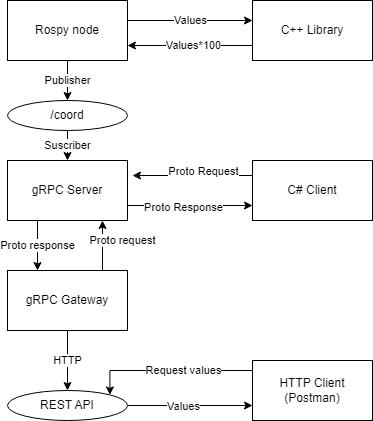
The draw.io diagram diagramas/DFD_Tarea_Interfases.drawio.png in Noemi1313/M4_t1, before a commit. Source tidied: cells renumbered, new cells last; positions are measured from the earlier drawing's top-left corner, leaving out a move shared by most shapes. The source it was exported from:
```xml
<mxGraphModel>
  <root>
    <mxCell id="0" />
    <mxCell id="1" parent="0" />
    <mxCell id="2" value="Proto response" style="edgeStyle=orthogonalEdgeStyle;rounded=0;jettySize=auto;html=1;exitX=0.25;exitY=1;exitDx=0;exitDy=0;entryX=0.25;entryY=0;entryDx=0;entryDy=0;" parent="1" edge="1" source="3" target="11">
      <mxGeometry relative="1" as="geometry" />
    </mxCell>
    <mxCell id="3" value="gRPC Server" style="rounded=0;whiteSpace=wrap;html=1;" parent="1" vertex="1">
      <mxGeometry y="160" width="120" height="60" as="geometry" />
    </mxCell>
    <mxCell id="4" style="edgeStyle=orthogonalEdgeStyle;rounded=0;jettySize=auto;html=1;exitX=0;exitY=0.25;exitDx=0;exitDy=0;" parent="1" edge="1" source="6">
      <mxGeometry relative="1" as="geometry">
        <mxPoint x="125" y="175" as="targetPoint" />
      </mxGeometry>
    </mxCell>
    <mxCell id="5" value="Proto Request" style="edgeLabel;html=1;align=center;verticalAlign=middle;" parent="4" vertex="1">
      <mxGeometry x="0.24" y="4" relative="1" as="geometry">
        <mxPoint x="25" y="-9" as="offset" />
      </mxGeometry>
    </mxCell>
    <mxCell id="6" value="C# Client" style="rounded=0;whiteSpace=wrap;html=1;" parent="1" vertex="1">
      <mxGeometry x="245" y="160" width="120" height="60" as="geometry" />
    </mxCell>
    <mxCell id="7" style="endArrow=classic;html=1;rounded=0;exitX=1;exitY=0.75;exitDx=0;exitDy=0;entryX=0;entryY=0.75;entryDx=0;entryDy=0;" parent="1" edge="1" source="3" target="6">
      <mxGeometry relative="1" as="geometry" />
    </mxCell>
    <mxCell id="8" value="Proto Response" style="edgeLabel;html=1;align=center;verticalAlign=middle;" parent="7" vertex="1">
      <mxGeometry x="-0.2" y="-1" relative="1" as="geometry">
        <mxPoint x="5" as="offset" />
      </mxGeometry>
    </mxCell>
    <mxCell id="9" value="HTTP" style="edgeStyle=orthogonalEdgeStyle;rounded=0;jettySize=auto;html=1;" parent="1" edge="1" source="11" target="25">
      <mxGeometry relative="1" as="geometry" />
    </mxCell>
    <mxCell id="10" value="Proto request" style="edgeStyle=orthogonalEdgeStyle;rounded=0;jettySize=auto;html=1;" parent="1" edge="1" source="11" target="3">
      <mxGeometry x="0.2" y="-20" relative="1" as="geometry">
        <Array as="points">
          <mxPoint x="95" y="240" />
          <mxPoint x="95" y="240" />
        </Array>
      </mxGeometry>
    </mxCell>
    <mxCell id="11" value="gRPC Gateway" style="rounded=0;whiteSpace=wrap;html=1;" parent="1" vertex="1">
      <mxGeometry y="270" width="120" height="60" as="geometry" />
    </mxCell>
    <mxCell id="12" value="Publisher" style="edgeStyle=orthogonalEdgeStyle;rounded=0;jettySize=auto;html=1;" parent="1" edge="1" source="14" target="19">
      <mxGeometry relative="1" as="geometry" />
    </mxCell>
    <mxCell id="13" value="Values" style="edgeStyle=orthogonalEdgeStyle;rounded=0;jettySize=auto;html=1;" parent="1" edge="1" source="14" target="17">
      <mxGeometry relative="1" as="geometry">
        <Array as="points">
          <mxPoint x="195" y="20" />
          <mxPoint x="195" y="20" />
        </Array>
      </mxGeometry>
    </mxCell>
    <mxCell id="14" value="Rospy node" style="rounded=0;whiteSpace=wrap;html=1;" parent="1" vertex="1">
      <mxGeometry width="120" height="60" as="geometry" />
    </mxCell>
    <mxCell id="15" style="edgeStyle=orthogonalEdgeStyle;rounded=0;jettySize=auto;html=1;exitX=0;exitY=0.75;exitDx=0;exitDy=0;entryX=1;entryY=0.75;entryDx=0;entryDy=0;" parent="1" edge="1" source="17" target="14">
      <mxGeometry relative="1" as="geometry">
        <Array as="points">
          <mxPoint x="155" y="45" />
          <mxPoint x="155" y="45" />
        </Array>
      </mxGeometry>
    </mxCell>
    <mxCell id="16" value="Values*100" style="edgeLabel;html=1;align=center;verticalAlign=middle;" parent="15" vertex="1">
      <mxGeometry x="-0.29" y="-1" relative="1" as="geometry">
        <mxPoint x="-15" as="offset" />
      </mxGeometry>
    </mxCell>
    <mxCell id="17" value="C++ Library" style="rounded=0;whiteSpace=wrap;html=1;" parent="1" vertex="1">
      <mxGeometry x="245" width="120" height="60" as="geometry" />
    </mxCell>
    <mxCell id="18" value="Suscriber" style="edgeStyle=orthogonalEdgeStyle;rounded=0;jettySize=auto;html=1;" parent="1" edge="1" source="19" target="3">
      <mxGeometry relative="1" as="geometry" />
    </mxCell>
    <mxCell id="19" value="/coord" style="ellipse;whiteSpace=wrap;html=1;" parent="1" vertex="1">
      <mxGeometry y="100" width="120" height="30" as="geometry" />
    </mxCell>
    <mxCell id="20" style="edgeStyle=orthogonalEdgeStyle;rounded=0;jettySize=auto;html=1;entryX=1;entryY=0;entryDx=0;entryDy=0;" parent="1" edge="1" source="22" target="25">
      <mxGeometry relative="1" as="geometry">
        <Array as="points">
          <mxPoint x="102" y="370" />
        </Array>
      </mxGeometry>
    </mxCell>
    <mxCell id="21" value="Request values" style="edgeLabel;html=1;align=center;verticalAlign=middle;" parent="20" vertex="1">
      <mxGeometry x="0.03" y="-1" relative="1" as="geometry">
        <mxPoint x="16" as="offset" />
      </mxGeometry>
    </mxCell>
    <mxCell id="22" value="HTTP Client (Postman)" style="rounded=0;whiteSpace=wrap;html=1;" parent="1" vertex="1">
      <mxGeometry x="245" y="360" width="120" height="60" as="geometry" />
    </mxCell>
    <mxCell id="23" style="edgeStyle=orthogonalEdgeStyle;rounded=0;jettySize=auto;html=1;entryX=0;entryY=0.75;entryDx=0;entryDy=0;" parent="1" edge="1" source="25" target="22">
      <mxGeometry relative="1" as="geometry" />
    </mxCell>
    <mxCell id="24" value="Values" style="edgeLabel;html=1;align=center;verticalAlign=middle;" parent="23" vertex="1">
      <mxGeometry x="0.28" y="1" relative="1" as="geometry">
        <mxPoint x="-25" y="1" as="offset" />
      </mxGeometry>
    </mxCell>
    <mxCell id="25" value="REST API" style="ellipse;whiteSpace=wrap;html=1;" parent="1" vertex="1">
      <mxGeometry y="390" width="120" height="30" as="geometry" />
    </mxCell>
  </root>
</mxGraphModel>
```
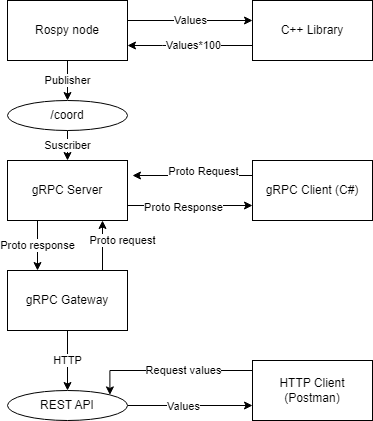
After the change.

Change to the diagram source:
```diff
@@ -18,7 +18,7 @@
         <mxPoint x="25" y="-9" as="offset" />
       </mxGeometry>
     </mxCell>
-    <mxCell id="6" value="C# Client" style="rounded=0;whiteSpace=wrap;html=1;" parent="1" vertex="1">
+    <mxCell id="6" value="gRPC Client (C#)" style="rounded=0;whiteSpace=wrap;html=1;" parent="1" vertex="1">
       <mxGeometry x="245" y="160" width="120" height="60" as="geometry" />
     </mxCell>
     <mxCell id="7" style="endArrow=classic;html=1;rounded=0;exitX=1;exitY=0.75;exitDx=0;exitDy=0;entryX=0;entryY=0.75;entryDx=0;entryDy=0;" parent="1" edge="1" source="3" target="6">
```
